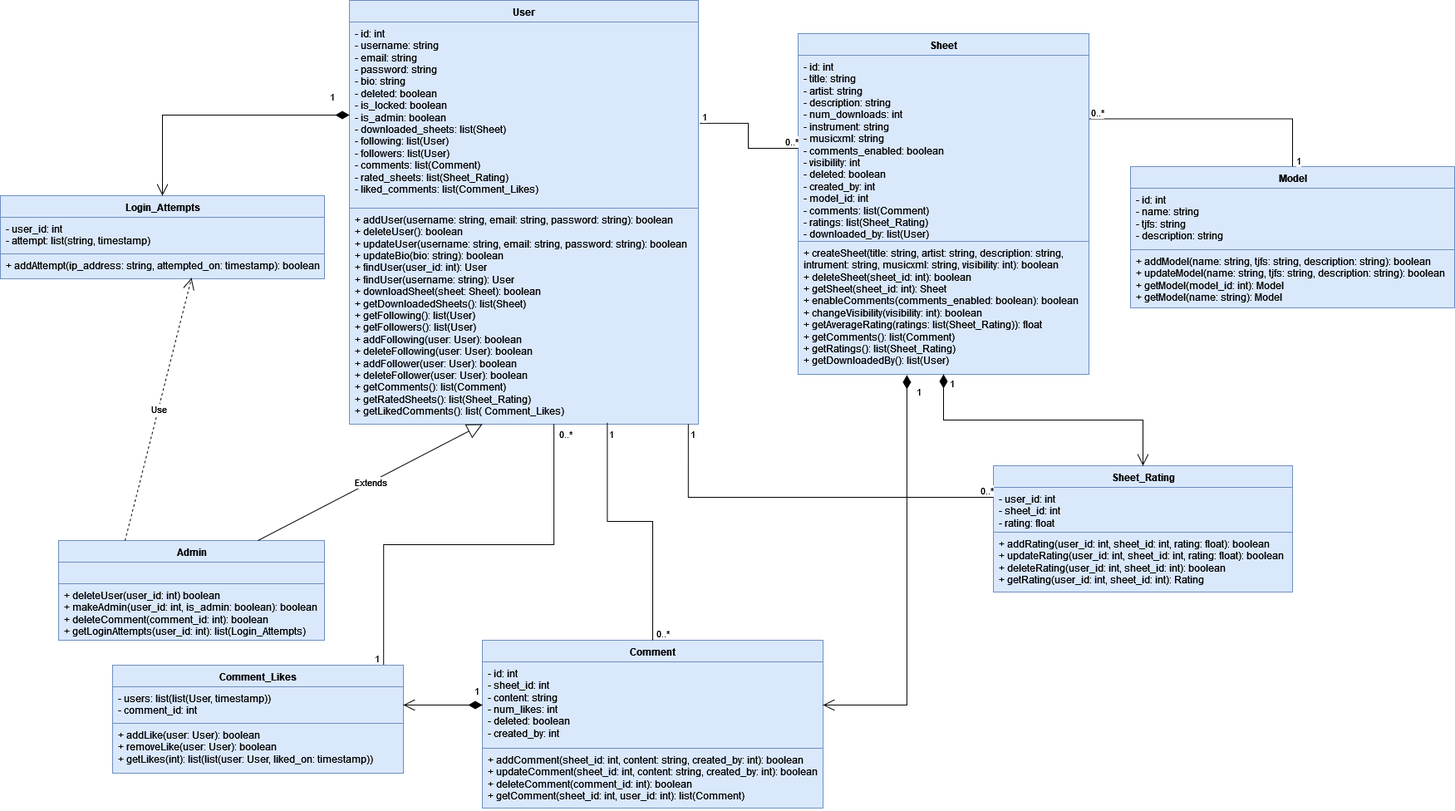
Before: db/Knowtes_Class_Diagram.png, a diagram exported from draw.io (ProjFall2025/Team3). Source tidied: cells renumbered, new cells last; positions are measured from the earlier drawing's top-left corner, leaving out a move shared by most shapes.
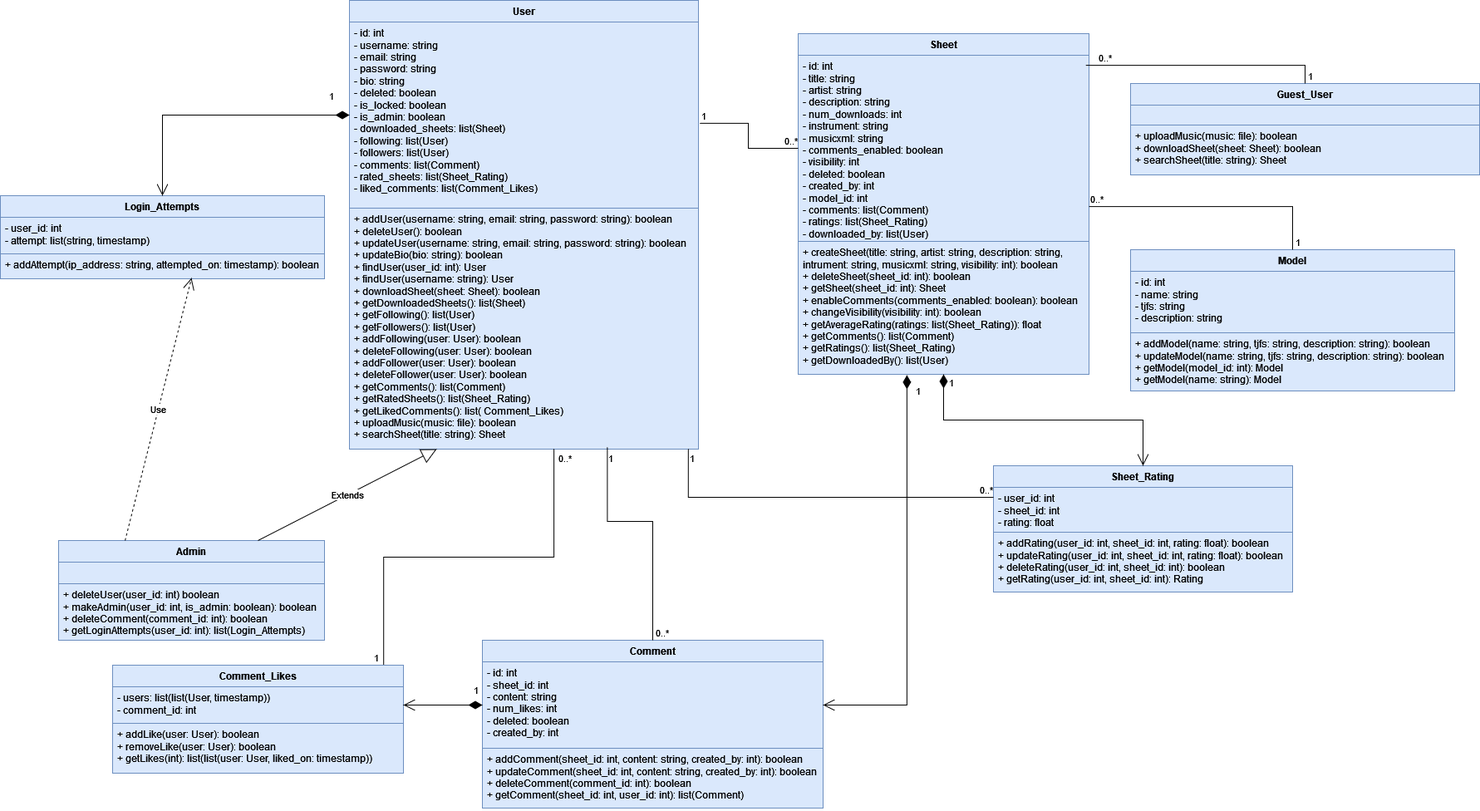
Above is the later version.

Commit message:
Added System Architecture Diagram

What changed in the source:
```diff
@@ -12,7 +12,7 @@
       <mxGeometry y="250" width="350" height="160" as="geometry" />
     </mxCell>
     <mxCell id="5" value="Model" style="swimlane;fontStyle=1;align=center;verticalAlign=top;horizontal=1;startSize=26;whiteSpace=wrap;html=1;fillColor=#dae8fc;strokeColor=#6c8ebf;" parent="1" vertex="1">
-      <mxGeometry x="1360" y="200" width="390" height="170" as="geometry" />
+      <mxGeometry x="1360" y="300" width="390" height="170" as="geometry" />
     </mxCell>
     <mxCell id="6" value="&lt;div&gt;- id: int&lt;/div&gt;&lt;div&gt;- name: string&lt;/div&gt;&lt;div&gt;- tjfs: string&lt;/div&gt;&lt;div&gt;- description: string&lt;br&gt;&lt;/div&gt;&lt;div&gt;&lt;br&gt;&lt;/div&gt;" style="text;strokeColor=#6c8ebf;fillColor=#dae8fc;align=left;verticalAlign=top;spacingLeft=4;spacingRight=4;overflow=hidden;whiteSpace=wrap;html=1;" parent="5" vertex="1">
       <mxGeometry y="26" width="390" height="74" as="geometry" />
@@ -39,13 +39,13 @@
       <mxGeometry y="130" width="410" height="72" as="geometry" />
     </mxCell>
     <mxCell id="14" value="User" style="swimlane;fontStyle=1;align=center;verticalAlign=top;horizontal=1;startSize=26;whiteSpace=wrap;html=1;fillColor=#dae8fc;strokeColor=#6c8ebf;" parent="1" vertex="1">
-      <mxGeometry x="420" width="420" height="510" as="geometry" />
+      <mxGeometry x="420" width="420" height="540" as="geometry" />
     </mxCell>
     <mxCell id="15" value="&lt;div&gt;- id: int&lt;/div&gt;&lt;div&gt;- username: string&lt;/div&gt;&lt;div&gt;- email: string&lt;/div&gt;&lt;div&gt;- password: string&lt;/div&gt;&lt;div&gt;- bio: string&lt;br&gt;&lt;/div&gt;&lt;div&gt;&lt;div&gt;- deleted: boolean&lt;/div&gt;&lt;div&gt;- is_locked: boolean&lt;/div&gt;&lt;/div&gt;&lt;div&gt;- is_admin: boolean&lt;/div&gt;&lt;div&gt;&lt;div&gt;&lt;div&gt;&lt;div&gt;&lt;div&gt;&lt;div&gt;&lt;div&gt;&lt;div&gt;&lt;div&gt;&lt;div&gt;- downloaded_sheets: list(Sheet)&lt;br&gt;&lt;/div&gt;&lt;div&gt;- following: list(User)&lt;/div&gt;&lt;div&gt;- followers: list(User)&lt;/div&gt;&lt;div&gt;- comments: list(Comment)&lt;/div&gt;&lt;div&gt;- rated_sheets: list(Sheet_Rating)&lt;br&gt;&lt;/div&gt;&lt;/div&gt;&lt;/div&gt;&lt;/div&gt;&lt;/div&gt;&lt;/div&gt;&lt;/div&gt;&lt;/div&gt;&lt;/div&gt;&lt;div&gt;- liked_comments: list(Comment_Likes)&lt;br&gt;&lt;/div&gt;&lt;/div&gt;" style="text;strokeColor=#6c8ebf;fillColor=#dae8fc;align=left;verticalAlign=top;spacingLeft=4;spacingRight=4;overflow=hidden;points=[[0,0.5],[1,0.5]];portConstraint=eastwest;whiteSpace=wrap;html=1;" parent="14" vertex="1">
       <mxGeometry y="26" width="420" height="224" as="geometry" />
     </mxCell>
-    <mxCell id="16" value="&lt;div&gt;+ addUser(username: string, email: string, password: string): boolean&lt;/div&gt;&lt;div&gt;&lt;div&gt;+ deleteUser(): boolean&lt;/div&gt;&lt;/div&gt;&lt;div&gt;+ updateUser(username: string, email: string, password: string): boolean&lt;/div&gt;&lt;div&gt;+ updateBio(bio: string): boolean&lt;br&gt;&lt;/div&gt;&lt;div&gt;+ findUser(user_id: int): User&lt;/div&gt;&lt;div&gt;+ findUser(username: string): User&lt;/div&gt;&lt;div&gt;&lt;div&gt;&lt;div&gt;&lt;div&gt;&lt;div&gt;&lt;div&gt;&lt;div&gt;+ downloadSheet(sheet: Sheet): boolean&lt;br&gt;&lt;/div&gt;&lt;div&gt;+ getDownloadedSheets(): list(Sheet)&lt;br&gt;&lt;/div&gt;&lt;div&gt;+ getFollowing(): list(User)&lt;/div&gt;&lt;div&gt;+ getFollowers(): list(User)&lt;/div&gt;&lt;div&gt;+ addFollowing(user: User): boolean&lt;/div&gt;&lt;div&gt;+ deleteFollowing(user: User): boolean&lt;/div&gt;&lt;div&gt;+ addFollower(user: User): boolean&lt;/div&gt;&lt;div&gt;+ deleteFollower(user: User): boolean&lt;/div&gt;&lt;div&gt;+ getComments(): list(Comment)&lt;/div&gt;&lt;div&gt;+ getRatedSheets(): list(Sheet_Rating)&lt;/div&gt;&lt;div&gt;+ getLikedComments(): list( Comment_Likes)&lt;br&gt;&lt;/div&gt;&lt;div&gt;&lt;br&gt;&lt;br&gt;&lt;/div&gt;&lt;/div&gt;&lt;/div&gt;&lt;/div&gt;&lt;/div&gt;&lt;/div&gt;&lt;/div&gt;" style="text;strokeColor=#6c8ebf;fillColor=#dae8fc;align=left;verticalAlign=top;spacingLeft=4;spacingRight=4;overflow=hidden;points=[[0,0.5],[1,0.5]];portConstraint=eastwest;whiteSpace=wrap;html=1;" parent="14" vertex="1">
-      <mxGeometry y="250" width="420" height="260" as="geometry" />
+    <mxCell id="16" value="&lt;div&gt;+ addUser(username: string, email: string, password: string): boolean&lt;/div&gt;&lt;div&gt;&lt;div&gt;+ deleteUser(): boolean&lt;/div&gt;&lt;/div&gt;&lt;div&gt;+ updateUser(username: string, email: string, password: string): boolean&lt;/div&gt;&lt;div&gt;+ updateBio(bio: string): boolean&lt;br&gt;&lt;/div&gt;&lt;div&gt;+ findUser(user_id: int): User&lt;/div&gt;&lt;div&gt;+ findUser(username: string): User&lt;/div&gt;&lt;div&gt;&lt;div&gt;&lt;div&gt;&lt;div&gt;&lt;div&gt;&lt;div&gt;&lt;div&gt;+ downloadSheet(sheet: Sheet): boolean&lt;br&gt;&lt;/div&gt;&lt;div&gt;+ getDownloadedSheets(): list(Sheet)&lt;br&gt;&lt;/div&gt;&lt;div&gt;+ getFollowing(): list(User)&lt;/div&gt;&lt;div&gt;+ getFollowers(): list(User)&lt;/div&gt;&lt;div&gt;+ addFollowing(user: User): boolean&lt;/div&gt;&lt;div&gt;+ deleteFollowing(user: User): boolean&lt;/div&gt;&lt;div&gt;+ addFollower(user: User): boolean&lt;/div&gt;&lt;div&gt;+ deleteFollower(user: User): boolean&lt;/div&gt;&lt;div&gt;+ getComments(): list(Comment)&lt;/div&gt;&lt;div&gt;+ getRatedSheets(): list(Sheet_Rating)&lt;/div&gt;&lt;div&gt;+ getLikedComments(): list( Comment_Likes)&lt;/div&gt;&lt;div&gt;+ uploadMusic(music: file): boolean&lt;br&gt;&lt;/div&gt;&lt;div&gt;+ searchSheet(title: string): Sheet&lt;br&gt;&lt;/div&gt;&lt;/div&gt;&lt;/div&gt;&lt;/div&gt;&lt;/div&gt;&lt;/div&gt;&lt;/div&gt;" style="text;strokeColor=#6c8ebf;fillColor=#dae8fc;align=left;verticalAlign=top;spacingLeft=4;spacingRight=4;overflow=hidden;points=[[0,0.5],[1,0.5]];portConstraint=eastwest;whiteSpace=wrap;html=1;" parent="14" vertex="1">
+      <mxGeometry y="250" width="420" height="290" as="geometry" />
     </mxCell>
     <mxCell id="17" value="Admin" style="swimlane;fontStyle=1;align=center;verticalAlign=top;horizontal=1;startSize=26;whiteSpace=wrap;html=1;fillColor=#dae8fc;strokeColor=#6c8ebf;" parent="1" vertex="1">
       <mxGeometry x="70" y="650" width="320" height="120" as="geometry" />
@@ -56,10 +56,8 @@
     <mxCell id="19" value="&lt;div&gt;+ deleteUser(user_id: int) boolean&lt;/div&gt;&lt;div&gt;+ makeAdmin(user_id: int, is_admin: boolean): boolean&lt;br&gt; &lt;/div&gt;&lt;div&gt;+ deleteComment(comment_id: int): boolean&lt;br&gt;&lt;/div&gt;&lt;div&gt;+ getLoginAttempts(user_id: int): list(Login_Attempts)&lt;br&gt;&lt;/div&gt;" style="text;strokeColor=#6c8ebf;fillColor=#dae8fc;align=left;verticalAlign=top;spacingLeft=4;spacingRight=4;overflow=hidden;whiteSpace=wrap;html=1;" parent="17" vertex="1">
       <mxGeometry y="52" width="320" height="68" as="geometry" />
     </mxCell>
-    <mxCell id="20" value="Extends" style="endArrow=block;endSize=16;endFill=0;html=1;rounded=0;entryX=0.5;entryY=1;entryDx=0;entryDy=0;exitX=0.75;exitY=0;exitDx=0;exitDy=0;" parent="1" edge="1" source="17">
-      <mxGeometry relative="1" as="geometry">
-        <mxPoint x="580" y="510" as="targetPoint" />
-      </mxGeometry>
+    <mxCell id="20" value="Extends" style="endArrow=block;endSize=16;endFill=0;html=1;rounded=0;entryX=0.25;entryY=1;entryDx=0;entryDy=0;exitX=0.75;exitY=0;exitDx=0;exitDy=0;" parent="1" edge="1" source="17" target="14">
+      <mxGeometry relative="1" as="geometry" />
     </mxCell>
     <mxCell id="21" style="endArrow=none;html=1;edgeStyle=orthogonalEdgeStyle;rounded=0;exitX=0.971;exitY=0.999;exitDx=0;exitDy=0;entryX=0;entryY=0.25;entryDx=0;entryDy=0;exitPerimeter=0;" parent="1" edge="1" source="16" target="8">
       <mxGeometry relative="1" as="geometry" />
@@ -72,7 +70,7 @@
     <mxCell id="23" value="0..*" style="edgeLabel;html=1;align=right;verticalAlign=bottom;" parent="21" vertex="1">
       <mxGeometry x="1" relative="1" as="geometry" />
     </mxCell>
-    <mxCell id="24" style="endArrow=none;html=1;edgeStyle=orthogonalEdgeStyle;rounded=0;exitX=1;exitY=0.25;exitDx=0;exitDy=0;entryX=0.5;entryY=0;entryDx=0;entryDy=0;" parent="1" edge="1" source="2" target="5">
+    <mxCell id="24" style="endArrow=none;html=1;edgeStyle=orthogonalEdgeStyle;rounded=0;exitX=1;exitY=0.813;exitDx=0;exitDy=0;entryX=0.5;entryY=0;entryDx=0;entryDy=0;exitPerimeter=0;" parent="1" edge="1" source="3" target="5">
       <mxGeometry relative="1" as="geometry" />
     </mxCell>
     <mxCell id="25" value="0..*" style="edgeLabel;html=1;align=left;verticalAlign=bottom;" parent="24" vertex="1">
@@ -158,5 +156,31 @@
     <mxCell id="46" value="0..*" style="edgeLabel;html=1;align=right;verticalAlign=bottom;" parent="44" vertex="1">
       <mxGeometry x="1" relative="1" as="geometry" />
     </mxCell>
+    <mxCell id="47" value="Guest_User" style="swimlane;fontStyle=1;align=center;verticalAlign=top;horizontal=1;startSize=26;whiteSpace=wrap;html=1;fillColor=#dae8fc;strokeColor=#6c8ebf;" parent="1" vertex="1">
+      <mxGeometry x="1360" y="100" width="420" height="110" as="geometry" />
+    </mxCell>
+    <mxCell id="48" style="text;strokeColor=#6c8ebf;fillColor=#dae8fc;align=left;verticalAlign=top;spacingLeft=4;spacingRight=4;overflow=hidden;whiteSpace=wrap;html=1;" parent="47" vertex="1">
+      <mxGeometry y="26" width="420" height="24" as="geometry" />
+    </mxCell>
+    <mxCell id="49" value="&lt;div&gt;+ uploadMusic(music: file): boolean&lt;/div&gt;&lt;div&gt;+ downloadSheet(sheet: Sheet): boolean&lt;/div&gt;&lt;div&gt;+ searchSheet(title: string): Sheet&lt;/div&gt;" style="text;strokeColor=#6c8ebf;fillColor=#dae8fc;align=left;verticalAlign=top;spacingLeft=4;spacingRight=4;overflow=hidden;whiteSpace=wrap;html=1;" parent="47" vertex="1">
+      <mxGeometry y="50" width="420" height="60" as="geometry" />
+    </mxCell>
+    <mxCell id="50" style="endArrow=none;html=1;edgeStyle=orthogonalEdgeStyle;rounded=0;exitX=0.989;exitY=0.054;exitDx=0;exitDy=0;exitPerimeter=0;entryX=0.5;entryY=0;entryDx=0;entryDy=0;" parent="1" edge="1" source="3" target="47">
+      <mxGeometry relative="1" as="geometry">
+        <Array as="points">
+          <mxPoint x="1570" y="78" />
+        </Array>
+      </mxGeometry>
+    </mxCell>
+    <mxCell id="51" value="0..*" style="edgeLabel;html=1;align=left;verticalAlign=bottom;" parent="50" vertex="1">
+      <mxGeometry x="-1" relative="1" as="geometry">
+        <mxPoint x="14" as="offset" />
+      </mxGeometry>
+    </mxCell>
+    <mxCell id="52" value="1" style="edgeLabel;html=1;align=right;verticalAlign=bottom;" parent="50" vertex="1">
+      <mxGeometry x="1" relative="1" as="geometry">
+        <mxPoint x="10" as="offset" />
+      </mxGeometry>
+    </mxCell>
   </root>
 </mxGraphModel>
```
